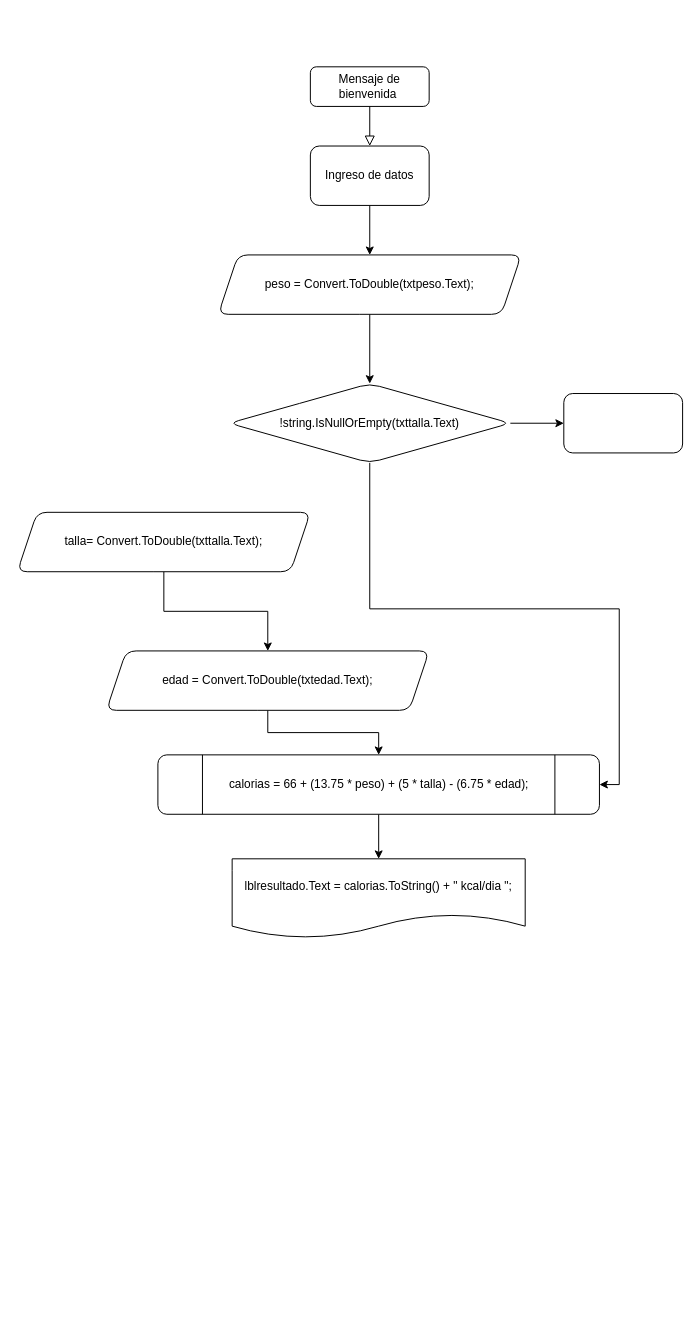
The draw.io diagram Diagrama Proyecto_Conversor.drawio in dakrosP2/Calorias, before the edit. Source tidied: cells renumbered, new cells numbered last; positions are measured from the earlier drawing's top-left corner, leaving out a move shared by most shapes. Both pictures are drawn from the tidied source at 99%, with x=0, y=0 at pixel (17, 66).
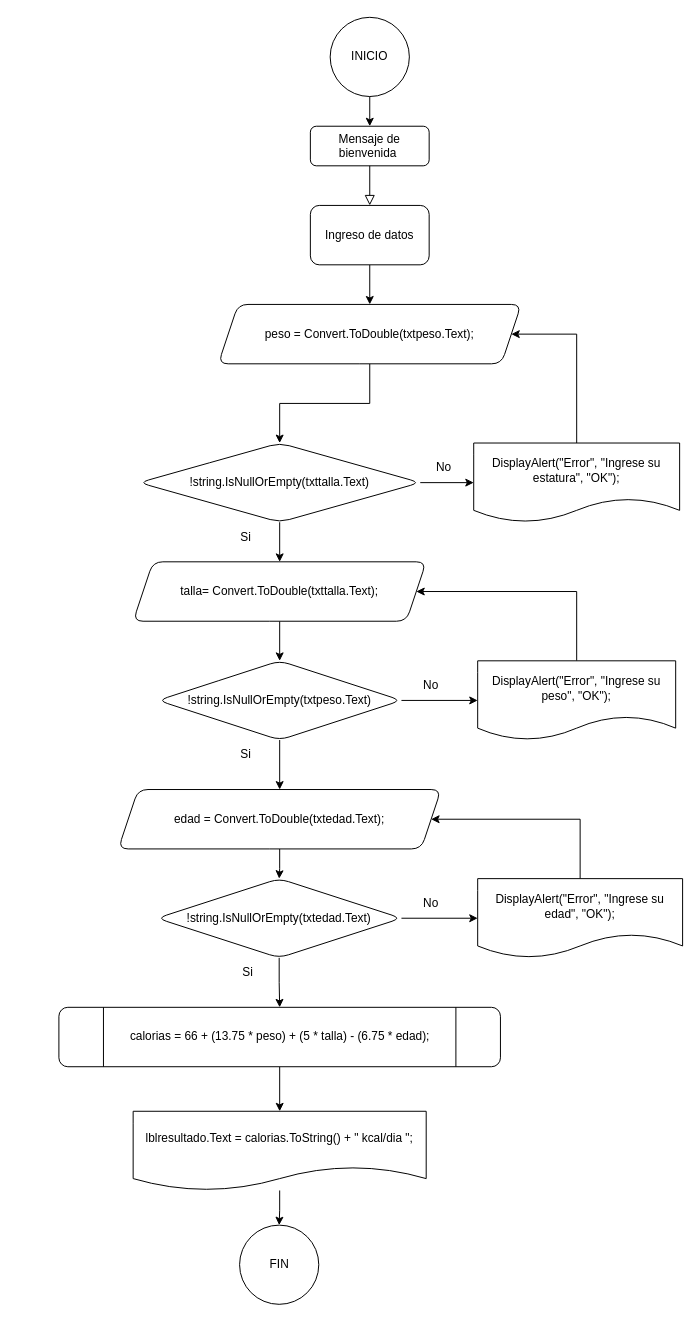
The same page after the edit.

Change to the diagram source:
```diff
@@
     <mxCell id="2" value="Mensaje de bienvenida&amp;nbsp;" style="rounded=1;whiteSpace=wrap;html=1;fontSize=12;glass=0;strokeWidth=1;shadow=0;" parent="1" vertex="1">
-      <mxGeometry x="296" width="120" height="40" as="geometry" />
+      <mxGeometry x="296" y="60" width="120" height="40" as="geometry" />
     </mxCell>
@@
     <mxCell id="5" value="Ingreso de datos" style="rounded=1;whiteSpace=wrap;html=1;" parent="1" vertex="1">
-      <mxGeometry x="296" y="80" width="120" height="60" as="geometry" />
+      <mxGeometry x="296" y="140" width="120" height="60" as="geometry" />
     </mxCell>
@@
     <mxCell id="7" value="peso = Convert.ToDouble(txtpeso.Text);" style="shape=parallelogram;perimeter=parallelogramPerimeter;whiteSpace=wrap;html=1;fixedSize=1;rounded=1;" parent="1" vertex="1">
-      <mxGeometry x="203" y="190" width="306" height="60" as="geometry" />
+      <mxGeometry x="203" y="240" width="306" height="60" as="geometry" />
     </mxCell>
-    <mxCell id="8" style="edgeStyle=orthogonalEdgeStyle;rounded=0;jettySize=auto;html=1;" parent="1" edge="1" source="9" target="11">
-      <mxGeometry relative="1" as="geometry" />
-    </mxCell>
+    <mxCell id="19" style="edgeStyle=orthogonalEdgeStyle;rounded=0;jettySize=auto;html=1;" parent="1" edge="1" source="9" target="30">
+      <mxGeometry relative="1" as="geometry" />
+    </mxCell>
     <mxCell id="9" value="talla= Convert.ToDouble(txttalla.Text);" style="shape=parallelogram;perimeter=parallelogramPerimeter;whiteSpace=wrap;html=1;fixedSize=1;rounded=1;" parent="1" vertex="1">
-      <mxGeometry y="450" width="296" height="60" as="geometry" />
+      <mxGeometry x="117" y="500" width="296" height="60" as="geometry" />
     </mxCell>
-    <mxCell id="10" style="edgeStyle=orthogonalEdgeStyle;rounded=0;jettySize=auto;html=1;" parent="1" edge="1" source="11" target="13">
-      <mxGeometry relative="1" as="geometry" />
-    </mxCell>
+    <mxCell id="20" style="edgeStyle=orthogonalEdgeStyle;rounded=0;jettySize=auto;html=1;" parent="1" edge="1" source="11" target="39">
+      <mxGeometry relative="1" as="geometry" />
+    </mxCell>
     <mxCell id="11" value="edad = Convert.ToDouble(txtedad.Text);" style="shape=parallelogram;perimeter=parallelogramPerimeter;whiteSpace=wrap;html=1;fixedSize=1;rounded=1;" parent="1" vertex="1">
-      <mxGeometry x="90" y="590" width="326" height="60" as="geometry" />
+      <mxGeometry x="102" y="730" width="326" height="60" as="geometry" />
     </mxCell>
@@
     <mxCell id="13" value="calorias = 66 + (13.75 * peso) + (5 * talla) - (6.75 * edad);" style="shape=process;whiteSpace=wrap;html=1;backgroundOutline=1;rounded=1;" parent="1" vertex="1">
-      <mxGeometry x="142" y="695" width="446" height="60" as="geometry" />
+      <mxGeometry x="42" y="950" width="446" height="60" as="geometry" />
     </mxCell>
+    <mxCell id="21" style="edgeStyle=orthogonalEdgeStyle;rounded=0;jettySize=auto;html=1;" parent="1" edge="1" source="14" target="44">
+      <mxGeometry relative="1" as="geometry" />
+    </mxCell>
     <mxCell id="14" value="lblresultado.Text = calorias.ToString() + &quot; kcal/dia &quot;;" style="shape=document;whiteSpace=wrap;html=1;boundedLbl=1;rounded=1;" parent="1" vertex="1">
-      <mxGeometry x="217" y="800" width="296" height="80" as="geometry" />
+      <mxGeometry x="117" y="1055" width="296" height="80" as="geometry" />
     </mxCell>
-    <mxCell id="15" style="edgeStyle=orthogonalEdgeStyle;rounded=0;jettySize=auto;html=1;" parent="1" edge="1" source="17" target="18">
-      <mxGeometry relative="1" as="geometry" />
-    </mxCell>
-    <mxCell id="16" style="edgeStyle=orthogonalEdgeStyle;rounded=0;jettySize=auto;html=1;exitX=0.5;exitY=1;exitDx=0;exitDy=0;entryX=1;entryY=0.5;entryDx=0;entryDy=0;" parent="1" edge="1" source="17" target="13">
-      <mxGeometry relative="1" as="geometry" />
-    </mxCell>
+    <mxCell id="22" style="edgeStyle=orthogonalEdgeStyle;rounded=0;jettySize=auto;html=1;" parent="1" edge="1" source="17" target="25">
+      <mxGeometry relative="1" as="geometry" />
+    </mxCell>
+    <mxCell id="23" style="edgeStyle=orthogonalEdgeStyle;rounded=0;jettySize=auto;html=1;exitX=0.5;exitY=1;exitDx=0;exitDy=0;entryX=0.5;entryY=0;entryDx=0;entryDy=0;" parent="1" edge="1" source="17" target="9">
+      <mxGeometry relative="1" as="geometry" />
+    </mxCell>
     <mxCell id="17" value="!string.IsNullOrEmpty(txttalla.Text)" style="rhombus;whiteSpace=wrap;html=1;rounded=1;" parent="1" vertex="1">
-      <mxGeometry x="214" y="320" width="284" height="80" as="geometry" />
+      <mxGeometry x="123" y="380" width="284" height="80" as="geometry" />
     </mxCell>
-    <mxCell id="18" style="whiteSpace=wrap;html=1;rounded=1;" parent="1" vertex="1">
-      <mxGeometry x="552" y="330" width="120" height="60" as="geometry" />
-    </mxCell>
+    <mxCell id="24" style="edgeStyle=orthogonalEdgeStyle;rounded=0;jettySize=auto;html=1;exitX=0.5;exitY=0;exitDx=0;exitDy=0;entryX=1;entryY=0.5;entryDx=0;entryDy=0;" parent="1" edge="1" source="25" target="7">
+      <mxGeometry relative="1" as="geometry">
+        <Array as="points">
+          <mxPoint x="565" y="270" />
+        </Array>
+      </mxGeometry>
+    </mxCell>
+    <mxCell id="25" value="DisplayAlert(&quot;Error&quot;, &quot;Ingrese su estatura&quot;, &quot;OK&quot;);" style="shape=document;whiteSpace=wrap;html=1;boundedLbl=1;rounded=1;" parent="1" vertex="1">
+      <mxGeometry x="461" y="380" width="208" height="80" as="geometry" />
+    </mxCell>
+    <mxCell id="26" value="Si" style="text;html=1;strokeColor=none;fillColor=none;align=center;verticalAlign=middle;whiteSpace=wrap;rounded=0;" parent="1" vertex="1">
+      <mxGeometry x="201" y="460" width="60" height="30" as="geometry" />
+    </mxCell>
+    <mxCell id="27" value="No" style="text;html=1;strokeColor=none;fillColor=none;align=center;verticalAlign=middle;whiteSpace=wrap;rounded=0;" parent="1" vertex="1">
+      <mxGeometry x="401" y="390" width="60" height="30" as="geometry" />
+    </mxCell>
+    <mxCell id="28" style="edgeStyle=orthogonalEdgeStyle;rounded=0;jettySize=auto;html=1;" parent="1" edge="1" source="30" target="32">
+      <mxGeometry relative="1" as="geometry" />
+    </mxCell>
+    <mxCell id="29" style="edgeStyle=orthogonalEdgeStyle;rounded=0;jettySize=auto;html=1;exitX=0.5;exitY=1;exitDx=0;exitDy=0;entryX=0.5;entryY=0;entryDx=0;entryDy=0;" parent="1" edge="1" source="30" target="11">
+      <mxGeometry relative="1" as="geometry" />
+    </mxCell>
+    <mxCell id="30" value="!string.IsNullOrEmpty(txtpeso.Text)" style="rhombus;whiteSpace=wrap;html=1;rounded=1;" parent="1" vertex="1">
+      <mxGeometry x="142" y="600" width="246" height="80" as="geometry" />
+    </mxCell>
+    <mxCell id="31" style="edgeStyle=orthogonalEdgeStyle;rounded=0;jettySize=auto;html=1;exitX=0.5;exitY=0;exitDx=0;exitDy=0;entryX=1;entryY=0.5;entryDx=0;entryDy=0;" parent="1" edge="1" source="32" target="9">
+      <mxGeometry relative="1" as="geometry">
+        <Array as="points">
+          <mxPoint x="565" y="530" />
+        </Array>
+      </mxGeometry>
+    </mxCell>
+    <mxCell id="32" value="DisplayAlert(&quot;Error&quot;, &quot;Ingrese su peso&quot;, &quot;OK&quot;);" style="shape=document;whiteSpace=wrap;html=1;boundedLbl=1;rounded=1;" parent="1" vertex="1">
+      <mxGeometry x="465" y="600" width="200" height="80" as="geometry" />
+    </mxCell>
+    <mxCell id="33" value="No" style="text;html=1;strokeColor=none;fillColor=none;align=center;verticalAlign=middle;whiteSpace=wrap;rounded=0;" parent="1" vertex="1">
+      <mxGeometry x="388" y="610" width="60" height="30" as="geometry" />
+    </mxCell>
+    <mxCell id="34" value="Si" style="text;html=1;strokeColor=none;fillColor=none;align=center;verticalAlign=middle;whiteSpace=wrap;rounded=0;" parent="1" vertex="1">
+      <mxGeometry x="201" y="680" width="60" height="30" as="geometry" />
+    </mxCell>
+    <mxCell id="35" style="edgeStyle=orthogonalEdgeStyle;rounded=0;jettySize=auto;html=1;exitX=0.5;exitY=1;exitDx=0;exitDy=0;entryX=0.5;entryY=0;entryDx=0;entryDy=0;" parent="1" edge="1" source="36" target="2">
+      <mxGeometry relative="1" as="geometry" />
+    </mxCell>
+    <mxCell id="36" value="INICIO" style="ellipse;whiteSpace=wrap;html=1;" parent="1" vertex="1">
+      <mxGeometry x="316" y="-50" width="80" height="80" as="geometry" />
+    </mxCell>
+    <mxCell id="37" style="edgeStyle=orthogonalEdgeStyle;rounded=0;jettySize=auto;html=1;" parent="1" edge="1" source="39" target="41">
+      <mxGeometry relative="1" as="geometry" />
+    </mxCell>
+    <mxCell id="38" style="edgeStyle=orthogonalEdgeStyle;rounded=0;jettySize=auto;html=1;exitX=0.5;exitY=1;exitDx=0;exitDy=0;entryX=0.5;entryY=0;entryDx=0;entryDy=0;" parent="1" edge="1" source="39" target="13">
+      <mxGeometry relative="1" as="geometry" />
+    </mxCell>
+    <mxCell id="39" value="!string.IsNullOrEmpty(txtedad.Text)" style="rhombus;whiteSpace=wrap;html=1;rounded=1;" parent="1" vertex="1">
+      <mxGeometry x="141" y="820" width="247" height="80" as="geometry" />
+    </mxCell>
+    <mxCell id="40" style="edgeStyle=orthogonalEdgeStyle;rounded=0;jettySize=auto;html=1;exitX=0.5;exitY=0;exitDx=0;exitDy=0;entryX=1;entryY=0.5;entryDx=0;entryDy=0;" parent="1" edge="1" source="41" target="11">
+      <mxGeometry relative="1" as="geometry">
+        <Array as="points">
+          <mxPoint x="569" y="760" />
+        </Array>
+      </mxGeometry>
+    </mxCell>
+    <mxCell id="41" value="DisplayAlert(&quot;Error&quot;, &quot;Ingrese su edad&quot;, &quot;OK&quot;);" style="shape=document;whiteSpace=wrap;html=1;boundedLbl=1;rounded=1;" parent="1" vertex="1">
+      <mxGeometry x="465" y="820" width="207" height="80" as="geometry" />
+    </mxCell>
+    <mxCell id="42" value="No" style="text;html=1;strokeColor=none;fillColor=none;align=center;verticalAlign=middle;whiteSpace=wrap;rounded=0;" parent="1" vertex="1">
+      <mxGeometry x="388" y="830" width="60" height="30" as="geometry" />
+    </mxCell>
+    <mxCell id="43" value="Si" style="text;html=1;strokeColor=none;fillColor=none;align=center;verticalAlign=middle;whiteSpace=wrap;rounded=0;" parent="1" vertex="1">
+      <mxGeometry x="203" y="900" width="60" height="30" as="geometry" />
+    </mxCell>
+    <mxCell id="44" value="FIN" style="ellipse;whiteSpace=wrap;html=1;rounded=1;" parent="1" vertex="1">
+      <mxGeometry x="224.5" y="1170" width="80" height="80" as="geometry" />
+    </mxCell>
```
